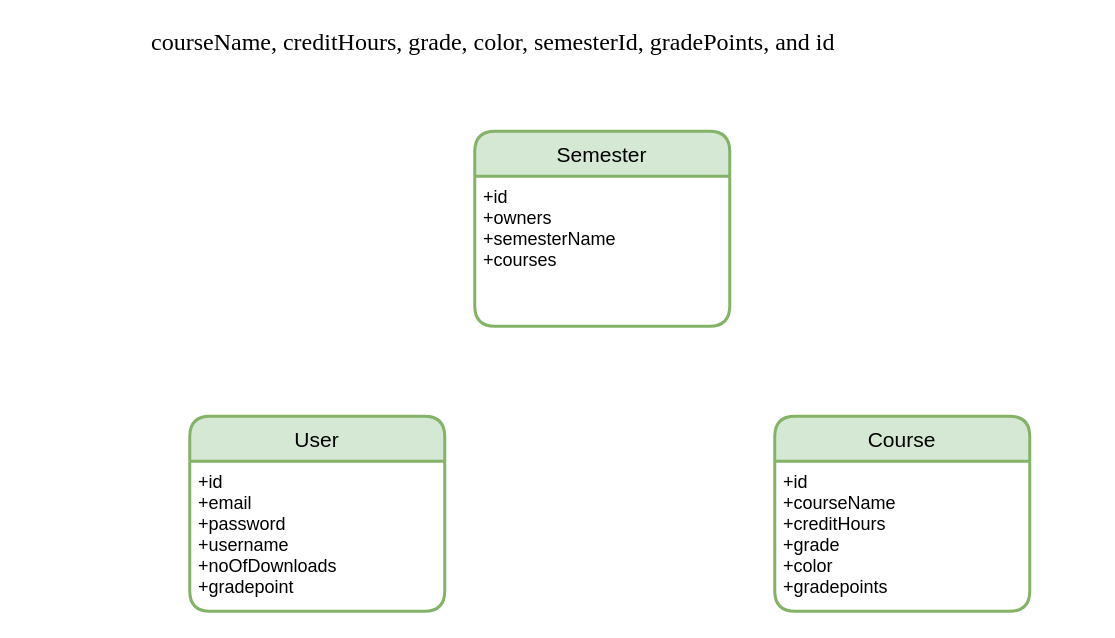
Earlier version of the draw.io diagram src/data/collections/Untitled Diagram.drawio (AbGhost-cyber/MyCollegeGPABackend). Source tidied: cells renumbered, new cells numbered last; positions are measured from the earlier drawing's top-left corner, leaving out a move shared by most shapes. Both pictures are drawn from the tidied source at 150%, with x=0, y=0 at pixel (129, 26).
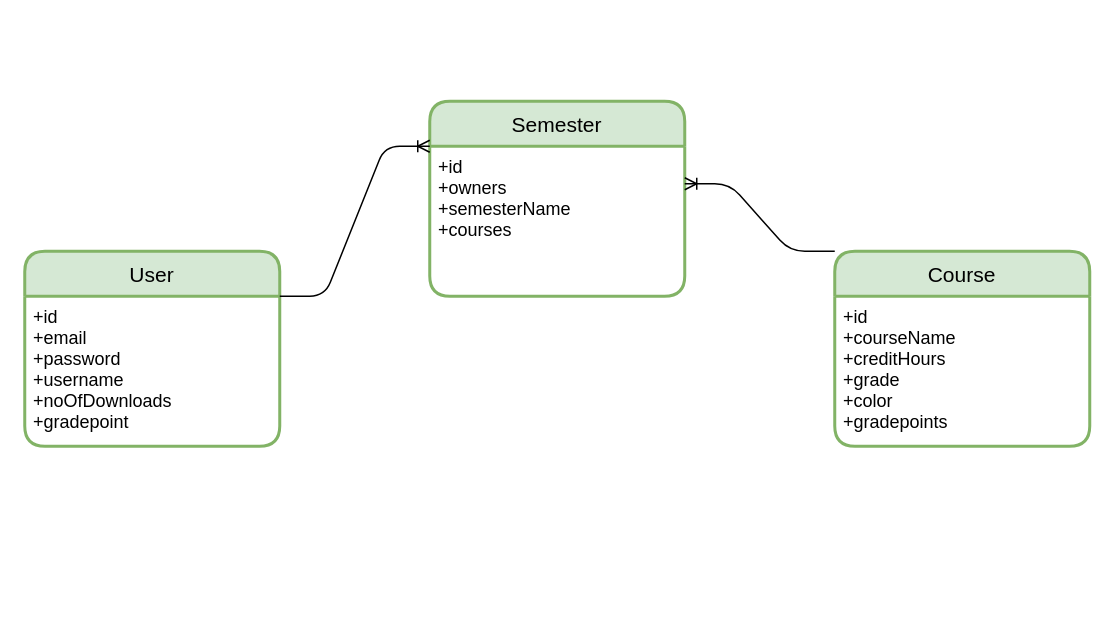
After the change.

Change to the diagram source:
```diff
@@
 <mxGraphModel>
   <root>
     <mxCell id="0" />
     <mxCell id="1" parent="0" />
     <mxCell id="2" value="User" style="swimlane;horizontal=1;startSize=30;rounded=1;fontSize=14;fontStyle=0;strokeWidth=2;shadow=0;dashed=0;align=center;fillColor=#d5e8d4;strokeColor=#82b366;" parent="1" vertex="1">
-      <mxGeometry x="40" y="260" width="170" height="130" as="geometry" />
+      <mxGeometry x="-70" y="150" width="170" height="130" as="geometry" />
     </mxCell>
     <mxCell id="3" value="+id&#10;+email&#10;+password&#10;+username&#10;+noOfDownloads&#10;+gradepoint" style="align=left;strokeColor=none;fillColor=none;spacingLeft=4;fontSize=12;verticalAlign=top;" parent="2" vertex="1">
       <mxGeometry y="30" width="170" height="100" as="geometry" />
     </mxCell>
     <mxCell id="4" value="Semester" style="swimlane;horizontal=1;startSize=30;rounded=1;fontSize=14;fontStyle=0;strokeWidth=2;shadow=0;dashed=0;align=center;fillColor=#d5e8d4;strokeColor=#82b366;" parent="1" vertex="1">
-      <mxGeometry x="230" y="70" width="170" height="130" as="geometry" />
+      <mxGeometry x="200" y="50" width="170" height="130" as="geometry" />
     </mxCell>
     <mxCell id="5" value="+id&#10;+owners&#10;+semesterName&#10;+courses" style="align=left;strokeColor=none;fillColor=none;spacingLeft=4;fontSize=12;verticalAlign=top;" parent="4" vertex="1">
       <mxGeometry y="30" width="170" height="100" as="geometry" />
     </mxCell>
     <mxCell id="6" value="Course" style="swimlane;horizontal=1;startSize=30;rounded=1;fontSize=14;fontStyle=0;strokeWidth=2;shadow=0;dashed=0;align=center;fillColor=#d5e8d4;strokeColor=#82b366;" parent="1" vertex="1">
-      <mxGeometry x="430" y="260" width="170" height="130" as="geometry" />
+      <mxGeometry x="470" y="150" width="170" height="130" as="geometry" />
     </mxCell>
     <mxCell id="7" value="+id&#10;+courseName&#10;+creditHours&#10;+grade&#10;+color&#10;+gradepoints" style="align=left;strokeColor=none;fillColor=none;spacingLeft=4;fontSize=12;verticalAlign=top;" parent="6" vertex="1">
       <mxGeometry y="30" width="170" height="100" as="geometry" />
     </mxCell>
-    <mxCell id="8" value="&lt;span id=&quot;docs-internal-guid-372f21aa-7fff-eee9-5ee5-a83dacc6e7e8&quot;&gt;&lt;span style=&quot;font-size: 12pt ; font-family: &amp;#34;times new roman&amp;#34; ; background-color: transparent ; vertical-align: baseline&quot;&gt;&amp;nbsp;courseName, creditHours, grade, color, semesterId, gradePoints, and id&lt;/span&gt;&lt;/span&gt;" style="text;html=1;align=center;verticalAlign=middle;strokeColor=none;fillColor=none;" parent="1" vertex="1">
-      <mxGeometry width="480" height="20" as="geometry" />
-    </mxCell>
+    <mxCell id="9" style="edgeStyle=entityRelationEdgeStyle;fontSize=12;html=1;endArrow=ERoneToMany;rounded=1;strokeWidth=1;" parent="1" edge="1">
+      <mxGeometry relative="1" as="geometry">
+        <mxPoint x="100" y="180" as="sourcePoint" />
+        <mxPoint x="200" y="80" as="targetPoint" />
+      </mxGeometry>
+    </mxCell>
+    <mxCell id="10" style="edgeStyle=entityRelationEdgeStyle;fontSize=12;html=1;endArrow=ERoneToMany;rounded=1;strokeWidth=1;elbow=horizontal;strokeColor=default;exitX=0;exitY=0;exitDx=0;exitDy=0;entryX=1;entryY=0.25;entryDx=0;entryDy=0;" parent="1" edge="1" source="6" target="5">
+      <mxGeometry relative="1" as="geometry" />
+    </mxCell>
   </root>
 </mxGraphModel>
```
